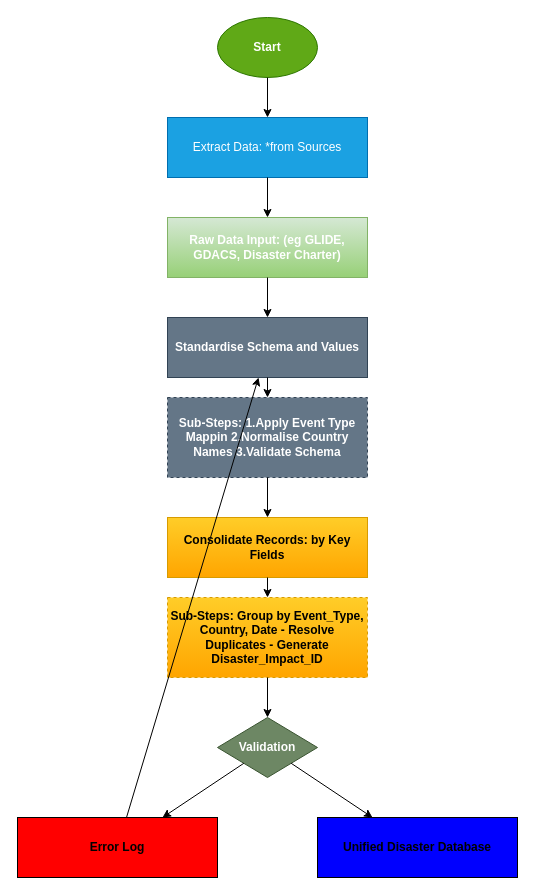
Above: src/flow_chart_final.drawio in mapaction/disaster-impact (draw.io), before the change. Source tidied: cells renumbered, new cells numbered last; positions are measured from the earlier drawing's top-left corner, leaving out a move shared by most shapes. Both pictures are drawn from the tidied source at 100%, with x=0, y=0 at pixel (17, 17).
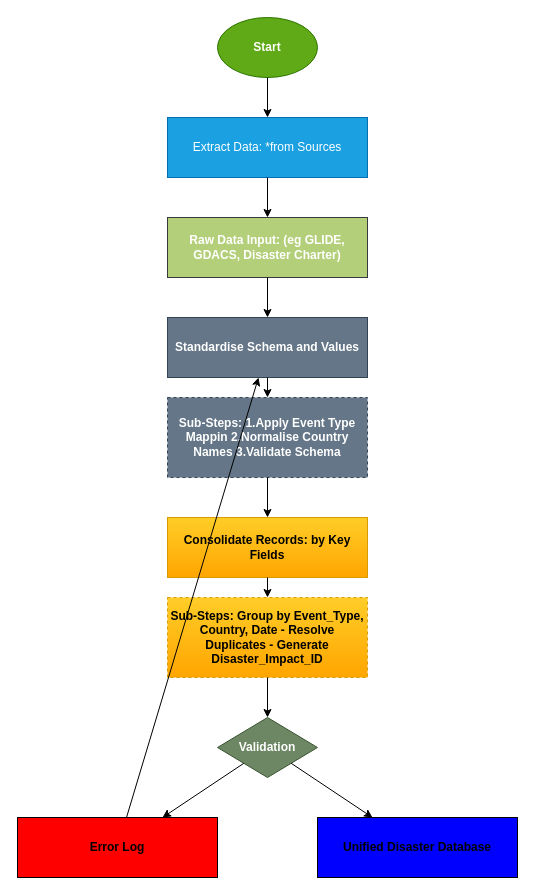
After the change.

Commit message:
Updated flow schema

Diff of the diagram source:
```diff
@@
-    <mxCell id="4" value="&lt;b style=&quot;color: rgb(255, 255, 255);&quot;&gt;Raw Data Input: (eg GLIDE, GDACS, Disaster Charter)&lt;/b&gt;" style="rectangle;whiteSpace=wrap;html=1;fillColor=#d5e8d4;strokeColor=#82b366;gradientColor=#97d077;" parent="1" vertex="1">
+    <mxCell id="4" value="&lt;b style=&quot;color: rgb(255, 255, 255);&quot;&gt;Raw Data Input: (eg GLIDE, GDACS, Disaster Charter)&lt;/b&gt;" style="rectangle;whiteSpace=wrap;html=1;fillColor=#B4CF7A;strokeColor=#36393d;" parent="1" vertex="1">
       <mxGeometry x="150" y="200" width="200" height="60" as="geometry" />
     </mxCell>
```
